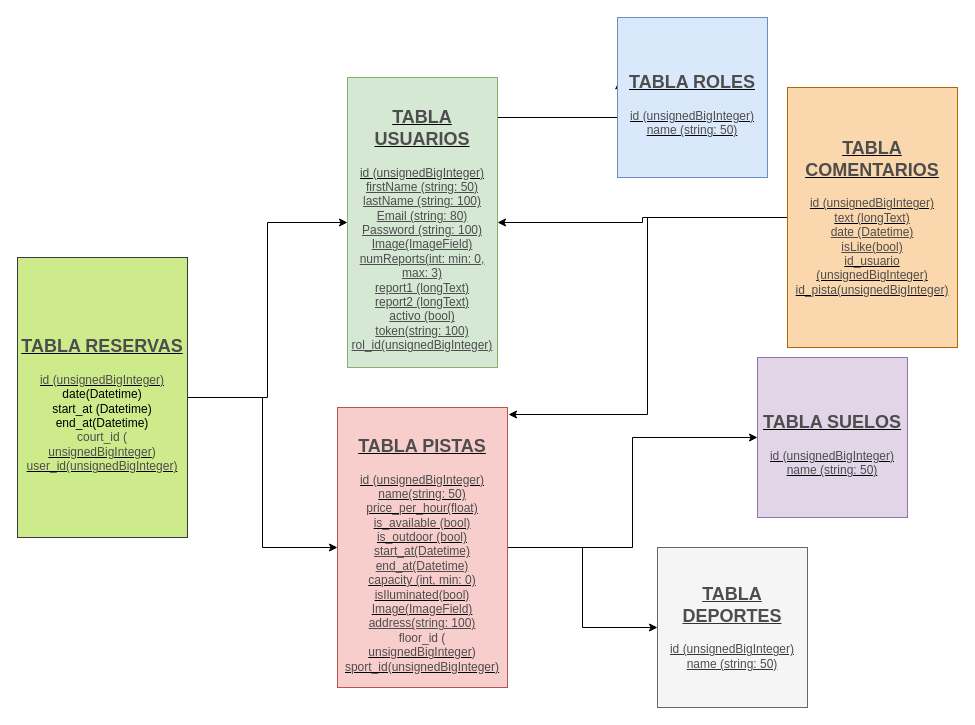
Before: GestionPistas BBDD.drawio in jedahee/Laravel-Backend-Final-Project-Degree, a draw.io diagram. Source tidied: cells renumbered, new cells numbered last; positions are measured from the earlier drawing's top-left corner, leaving out a move shared by most shapes. Both pictures are drawn from the tidied source at 100%, with x=0, y=0 at pixel (17, 17).
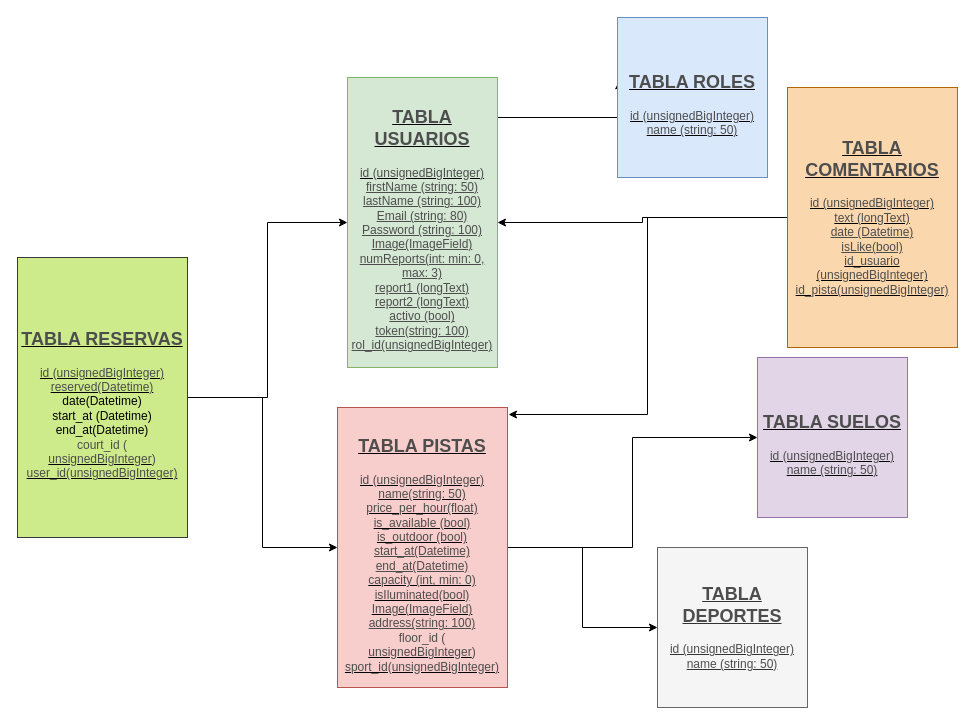
The same diagram, later.

Change to the diagram source:
```diff
@@
 <mxGraphModel>
   <root>
     <mxCell id="0" />
     <mxCell id="1" parent="0" />
     <mxCell id="2" style="edgeStyle=orthogonalEdgeStyle;rounded=0;jettySize=auto;html=1;entryX=0.011;entryY=0.396;entryDx=0;entryDy=0;entryPerimeter=0;fontFamily=Helvetica;fontColor=#4D4D4D;" parent="1" edge="1" source="3" target="5">
       <mxGeometry relative="1" as="geometry">
         <Array as="points">
           <mxPoint x="470" y="100" />
           <mxPoint x="470" y="100" />
         </Array>
       </mxGeometry>
     </mxCell>
     <mxCell id="3" value="&lt;h2&gt;&lt;u&gt;&lt;font color=&quot;#4d4d4d&quot;&gt;TABLA USUARIOS&lt;/font&gt;&lt;/u&gt;&lt;/h2&gt;&lt;div&gt;&lt;u&gt;&lt;font color=&quot;#4d4d4d&quot;&gt;id (unsignedBigInteger)&lt;/font&gt;&lt;/u&gt;&lt;/div&gt;&lt;div&gt;&lt;font color=&quot;#4d4d4d&quot;&gt;&lt;u&gt;firstName (string: 50)&lt;/u&gt;&lt;/font&gt;&lt;/div&gt;&lt;div&gt;&lt;u style=&quot;color: rgb(77 , 77 , 77)&quot;&gt;lastName (string: 100)&lt;/u&gt;&lt;font color=&quot;#4d4d4d&quot;&gt;&lt;u&gt;&lt;br&gt;&lt;/u&gt;&lt;/font&gt;&lt;/div&gt;&lt;div&gt;&lt;u style=&quot;color: rgb(77 , 77 , 77)&quot;&gt;Email (string: 80)&lt;/u&gt;&lt;u style=&quot;color: rgb(77 , 77 , 77)&quot;&gt;&lt;br&gt;&lt;/u&gt;&lt;/div&gt;&lt;div&gt;&lt;u style=&quot;color: rgb(77 , 77 , 77)&quot;&gt;Password (string: 100)&lt;/u&gt;&lt;/div&gt;&lt;div&gt;&lt;u style=&quot;color: rgb(77 , 77 , 77)&quot;&gt;Image(ImageField)&lt;/u&gt;&lt;u style=&quot;color: rgb(77 , 77 , 77)&quot;&gt;&lt;br&gt;&lt;/u&gt;&lt;/div&gt;&lt;div&gt;&lt;u style=&quot;color: rgb(77 , 77 , 77)&quot;&gt;numReports(int: min: 0, max: 3)&lt;/u&gt;&lt;u style=&quot;color: rgb(77 , 77 , 77)&quot;&gt;&lt;br&gt;&lt;/u&gt;&lt;/div&gt;&lt;div&gt;&lt;u style=&quot;color: rgb(77 , 77 , 77)&quot;&gt;report1 (longText)&lt;/u&gt;&lt;u style=&quot;color: rgb(77 , 77 , 77)&quot;&gt;&lt;br&gt;&lt;/u&gt;&lt;/div&gt;&lt;div&gt;&lt;u style=&quot;color: rgb(77 , 77 , 77)&quot;&gt;report2 (longText)&lt;/u&gt;&lt;u style=&quot;color: rgb(77 , 77 , 77)&quot;&gt;&lt;br&gt;&lt;/u&gt;&lt;/div&gt;&lt;div&gt;&lt;u style=&quot;color: rgb(77 , 77 , 77)&quot;&gt;activo (bool)&lt;/u&gt;&lt;/div&gt;&lt;div&gt;&lt;u style=&quot;color: rgb(77 , 77 , 77)&quot;&gt;token(string: 100)&lt;/u&gt;&lt;/div&gt;&lt;div&gt;&lt;u style=&quot;color: rgb(77 , 77 , 77)&quot;&gt;rol_id(unsignedBigInteger)&lt;/u&gt;&lt;/div&gt;" style="rounded=0;whiteSpace=wrap;html=1;fillColor=#d5e8d4;strokeColor=#82b366;strokeWidth=1;perimeterSpacing=0;line-height:30px;" parent="1" vertex="1">
       <mxGeometry x="330" y="60" width="150" height="290" as="geometry" />
     </mxCell>
     <mxCell id="4" value="&lt;h2&gt;&lt;u&gt;&lt;font color=&quot;#4d4d4d&quot;&gt;TABLA SUELOS&lt;/font&gt;&lt;/u&gt;&lt;/h2&gt;&lt;div&gt;&lt;div&gt;&lt;u&gt;&lt;font color=&quot;#4d4d4d&quot;&gt;id (unsignedBigInteger)&lt;/font&gt;&lt;/u&gt;&lt;/div&gt;&lt;/div&gt;&lt;div&gt;&lt;u&gt;&lt;font color=&quot;#4d4d4d&quot;&gt;name (string: 50)&lt;/font&gt;&lt;/u&gt;&lt;u&gt;&lt;font color=&quot;#4d4d4d&quot;&gt;&lt;br&gt;&lt;/font&gt;&lt;/u&gt;&lt;/div&gt;" style="rounded=0;whiteSpace=wrap;html=1;fillColor=#e1d5e7;strokeColor=#9673a6;" parent="1" vertex="1">
       <mxGeometry x="740" y="340" width="150" height="160" as="geometry" />
     </mxCell>
     <mxCell id="5" value="&lt;h2&gt;&lt;u&gt;&lt;font color=&quot;#4d4d4d&quot;&gt;TABLA ROLES&lt;/font&gt;&lt;/u&gt;&lt;/h2&gt;&lt;div&gt;&lt;div&gt;&lt;u&gt;&lt;font color=&quot;#4d4d4d&quot;&gt;id (unsignedBigInteger)&lt;/font&gt;&lt;/u&gt;&lt;/div&gt;&lt;/div&gt;&lt;div&gt;&lt;u&gt;&lt;font color=&quot;#4d4d4d&quot;&gt;name (string: 50)&lt;/font&gt;&lt;/u&gt;&lt;/div&gt;" style="rounded=0;whiteSpace=wrap;html=1;fillColor=#dae8fc;strokeColor=#6c8ebf;" parent="1" vertex="1">
       <mxGeometry x="600" width="150" height="160" as="geometry" />
     </mxCell>
     <mxCell id="6" style="edgeStyle=orthogonalEdgeStyle;rounded=0;jettySize=auto;html=1;fontFamily=Helvetica;fontColor=#4D4D4D;" parent="1" edge="1" source="8" target="4">
       <mxGeometry relative="1" as="geometry" />
     </mxCell>
     <mxCell id="7" style="edgeStyle=orthogonalEdgeStyle;rounded=0;jettySize=auto;html=1;fontFamily=Helvetica;fontColor=#4D4D4D;" parent="1" edge="1" source="8" target="9">
       <mxGeometry relative="1" as="geometry" />
     </mxCell>
     <mxCell id="8" value="&lt;h2&gt;&lt;u&gt;&lt;font color=&quot;#4d4d4d&quot;&gt;TABLA PISTAS&lt;/font&gt;&lt;/u&gt;&lt;/h2&gt;&lt;div&gt;&lt;div&gt;&lt;u&gt;&lt;font color=&quot;#4d4d4d&quot;&gt;id (unsignedBigInteger)&lt;/font&gt;&lt;/u&gt;&lt;/div&gt;&lt;/div&gt;&lt;div&gt;&lt;u&gt;&lt;font color=&quot;#4d4d4d&quot;&gt;name(string: 50)&lt;/font&gt;&lt;/u&gt;&lt;/div&gt;&lt;div&gt;&lt;u&gt;&lt;font color=&quot;#4d4d4d&quot;&gt;price_per_hour(float)&lt;/font&gt;&lt;/u&gt;&lt;/div&gt;&lt;div&gt;&lt;u&gt;&lt;font color=&quot;#4d4d4d&quot;&gt;is_available (bool)&lt;/font&gt;&lt;/u&gt;&lt;/div&gt;&lt;div&gt;&lt;u&gt;&lt;font color=&quot;#4d4d4d&quot;&gt;is_outdoor (bool)&lt;/font&gt;&lt;/u&gt;&lt;/div&gt;&lt;div&gt;&lt;font color=&quot;#4d4d4d&quot;&gt;&lt;u&gt;start_at(Datetime)&lt;/u&gt;&lt;/font&gt;&lt;/div&gt;&lt;div&gt;&lt;u style=&quot;color: rgb(77 , 77 , 77)&quot;&gt;end_at(Datetime)&lt;/u&gt;&lt;font color=&quot;#4d4d4d&quot;&gt;&lt;u&gt;&lt;br&gt;&lt;/u&gt;&lt;/font&gt;&lt;/div&gt;&lt;div&gt;&lt;u&gt;&lt;font color=&quot;#4d4d4d&quot;&gt;capacity (int, min: 0)&lt;/font&gt;&lt;/u&gt;&lt;/div&gt;&lt;div&gt;&lt;u&gt;&lt;font color=&quot;#4d4d4d&quot;&gt;isIluminated(bool)&lt;/font&gt;&lt;/u&gt;&lt;/div&gt;&lt;div&gt;&lt;u&gt;&lt;font color=&quot;#4d4d4d&quot;&gt;Image(ImageField)&lt;/font&gt;&lt;/u&gt;&lt;/div&gt;&lt;div&gt;&lt;font color=&quot;#4d4d4d&quot;&gt;&lt;u&gt;address(string: 100)&lt;/u&gt;&lt;/font&gt;&lt;/div&gt;&lt;div&gt;&lt;font color=&quot;#4d4d4d&quot;&gt;floor_id (&lt;/font&gt;&lt;/div&gt;&lt;u&gt;&lt;font color=&quot;#4d4d4d&quot;&gt;unsignedBigInteger&lt;/font&gt;&lt;/u&gt;&lt;span style=&quot;color: rgb(77 , 77 , 77)&quot;&gt;)&lt;br&gt;&lt;/span&gt;&lt;u&gt;&lt;font color=&quot;#4d4d4d&quot;&gt;sport_id(unsignedBigInteger)&lt;br&gt;&lt;/font&gt;&lt;/u&gt;" style="rounded=0;whiteSpace=wrap;html=1;fillColor=#f8cecc;strokeColor=#b85450;" parent="1" vertex="1">
       <mxGeometry x="320" y="390" width="170" height="280" as="geometry" />
     </mxCell>
     <mxCell id="9" value="&lt;h2&gt;&lt;u&gt;&lt;font color=&quot;#4d4d4d&quot;&gt;TABLA DEPORTES&lt;/font&gt;&lt;/u&gt;&lt;/h2&gt;&lt;div&gt;&lt;div&gt;&lt;u&gt;&lt;font color=&quot;#4d4d4d&quot;&gt;id (unsignedBigInteger)&lt;/font&gt;&lt;/u&gt;&lt;/div&gt;&lt;/div&gt;&lt;div&gt;&lt;u&gt;&lt;font color=&quot;#4d4d4d&quot;&gt;name (string: 50)&lt;/font&gt;&lt;/u&gt;&lt;/div&gt;&lt;div&gt;&lt;u&gt;&lt;font color=&quot;#4d4d4d&quot;&gt;&lt;br&gt;&lt;/font&gt;&lt;/u&gt;&lt;/div&gt;" style="rounded=0;whiteSpace=wrap;html=1;fillColor=#f5f5f5;strokeColor=#666666;fontColor=#333333;" parent="1" vertex="1">
       <mxGeometry x="640" y="530" width="150" height="160" as="geometry" />
     </mxCell>
     <mxCell id="10" style="edgeStyle=orthogonalEdgeStyle;rounded=0;jettySize=auto;html=1;fontFamily=Helvetica;fontColor=#4D4D4D;" parent="1" edge="1" source="12" target="3">
       <mxGeometry relative="1" as="geometry" />
     </mxCell>
     <mxCell id="11" style="edgeStyle=orthogonalEdgeStyle;rounded=0;jettySize=auto;html=1;entryX=1.006;entryY=0.025;entryDx=0;entryDy=0;entryPerimeter=0;fontFamily=Helvetica;fontColor=#4D4D4D;" parent="1" edge="1" source="12" target="8">
       <mxGeometry relative="1" as="geometry" />
     </mxCell>
     <mxCell id="12" value="&lt;h2&gt;&lt;u&gt;&lt;font color=&quot;#4d4d4d&quot;&gt;TABLA COMENTARIOS&lt;/font&gt;&lt;/u&gt;&lt;/h2&gt;&lt;div&gt;&lt;u&gt;&lt;font color=&quot;#4d4d4d&quot;&gt;id (unsignedBigInteger)&lt;/font&gt;&lt;/u&gt;&lt;/div&gt;&lt;div&gt;&lt;u&gt;&lt;font color=&quot;#4d4d4d&quot;&gt;text (longText)&lt;/font&gt;&lt;/u&gt;&lt;/div&gt;&lt;div&gt;&lt;font color=&quot;#4d4d4d&quot;&gt;&lt;u&gt;date (Datetime)&lt;/u&gt;&lt;/font&gt;&lt;/div&gt;&lt;div&gt;&lt;font color=&quot;#4d4d4d&quot;&gt;&lt;u&gt;isLike(bool)&lt;/u&gt;&lt;/font&gt;&lt;/div&gt;&lt;div&gt;&lt;u&gt;&lt;font color=&quot;#4d4d4d&quot;&gt;id_usuario (unsignedBigInteger)&lt;/font&gt;&lt;/u&gt;&lt;u&gt;&lt;font color=&quot;#4d4d4d&quot;&gt;&lt;br&gt;&lt;/font&gt;&lt;/u&gt;&lt;/div&gt;&lt;div&gt;&lt;u&gt;&lt;font color=&quot;#4d4d4d&quot;&gt;id_pista(unsignedBigInteger)&lt;/font&gt;&lt;/u&gt;&lt;u&gt;&lt;font color=&quot;#4d4d4d&quot;&gt;&lt;br&gt;&lt;/font&gt;&lt;/u&gt;&lt;/div&gt;&lt;div&gt;&lt;br&gt;&lt;/div&gt;" style="rounded=0;whiteSpace=wrap;html=1;fillColor=#fad7ac;strokeColor=#b46504;strokeWidth=1;perimeterSpacing=0;line-height:30px;" parent="1" vertex="1">
       <mxGeometry x="770" y="70" width="170" height="260" as="geometry" />
     </mxCell>
     <mxCell id="13" style="edgeStyle=orthogonalEdgeStyle;rounded=0;jettySize=auto;html=1;entryX=0;entryY=0.5;entryDx=0;entryDy=0;fontFamily=Helvetica;fontColor=#4D4D4D;" parent="1" edge="1" source="15" target="3">
       <mxGeometry relative="1" as="geometry" />
     </mxCell>
     <mxCell id="14" style="edgeStyle=orthogonalEdgeStyle;rounded=0;jettySize=auto;html=1;fontFamily=Helvetica;fontColor=#4D4D4D;" parent="1" edge="1" source="15" target="8">
       <mxGeometry relative="1" as="geometry" />
     </mxCell>
-    <mxCell id="15" value="&lt;h2&gt;&lt;u&gt;&lt;font color=&quot;#4d4d4d&quot;&gt;TABLA RESERVAS&lt;/font&gt;&lt;/u&gt;&lt;/h2&gt;&lt;div&gt;&lt;div&gt;&lt;u&gt;&lt;font color=&quot;#4d4d4d&quot;&gt;id (unsignedBigInteger)&lt;/font&gt;&lt;/u&gt;&lt;/div&gt;&lt;/div&gt;&lt;div&gt;date(Datetime)&lt;/div&gt;&lt;div&gt;start_at (Datetime)&lt;/div&gt;&lt;div&gt;end_at(Datetime)&lt;/div&gt;&lt;div&gt;&lt;font color=&quot;#4d4d4d&quot;&gt;court_id (&lt;/font&gt;&lt;/div&gt;&lt;u&gt;&lt;font color=&quot;#4d4d4d&quot;&gt;unsignedBigInteger&lt;/font&gt;&lt;/u&gt;&lt;span style=&quot;color: rgb(77 , 77 , 77)&quot;&gt;)&lt;br&gt;&lt;/span&gt;&lt;u&gt;&lt;font color=&quot;#4d4d4d&quot;&gt;user_id(unsignedBigInteger)&lt;br&gt;&lt;/font&gt;&lt;/u&gt;" style="rounded=0;whiteSpace=wrap;html=1;fillColor=#cdeb8b;strokeColor=#36393d;" parent="1" vertex="1">
+    <mxCell id="15" value="&lt;h2&gt;&lt;u&gt;&lt;font color=&quot;#4d4d4d&quot;&gt;TABLA RESERVAS&lt;/font&gt;&lt;/u&gt;&lt;/h2&gt;&lt;div&gt;&lt;div&gt;&lt;u&gt;&lt;font color=&quot;#4d4d4d&quot;&gt;id (unsignedBigInteger)&lt;/font&gt;&lt;/u&gt;&lt;/div&gt;&lt;/div&gt;&lt;div&gt;&lt;u&gt;&lt;font color=&quot;#4d4d4d&quot;&gt;reserved(Datetime)&lt;/font&gt;&lt;/u&gt;&lt;/div&gt;&lt;div&gt;date(Datetime)&lt;/div&gt;&lt;div&gt;start_at (Datetime)&lt;/div&gt;&lt;div&gt;end_at(Datetime)&lt;/div&gt;&lt;div&gt;&lt;font color=&quot;#4d4d4d&quot;&gt;court_id (&lt;/font&gt;&lt;/div&gt;&lt;u&gt;&lt;font color=&quot;#4d4d4d&quot;&gt;unsignedBigInteger&lt;/font&gt;&lt;/u&gt;&lt;span style=&quot;color: rgb(77 , 77 , 77)&quot;&gt;)&lt;br&gt;&lt;/span&gt;&lt;u&gt;&lt;font color=&quot;#4d4d4d&quot;&gt;user_id(unsignedBigInteger)&lt;br&gt;&lt;/font&gt;&lt;/u&gt;" style="rounded=0;whiteSpace=wrap;html=1;fillColor=#cdeb8b;strokeColor=#36393d;" parent="1" vertex="1">
       <mxGeometry y="240" width="170" height="280" as="geometry" />
     </mxCell>
   </root>
 </mxGraphModel>
```
